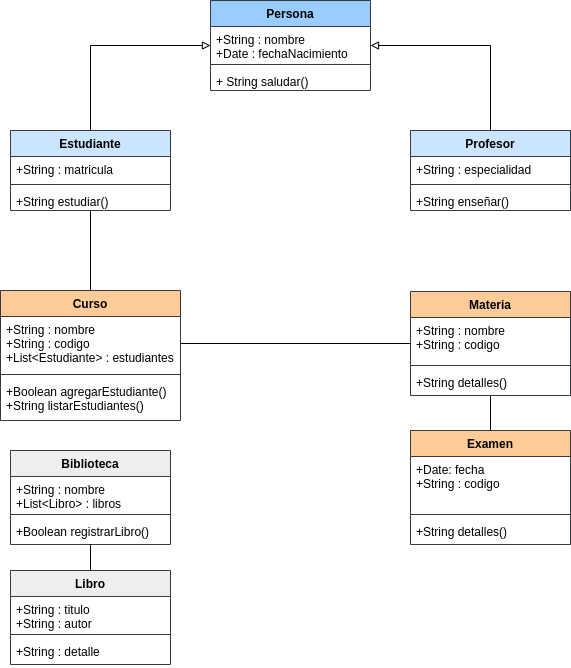
Before: img/diagrama-clases-academica.drawio.png, a diagram exported from draw.io (alexfdb/gestion-academica). Source tidied: cells renumbered, new cells last; positions are measured from the earlier drawing's top-left corner, leaving out a move shared by most shapes.
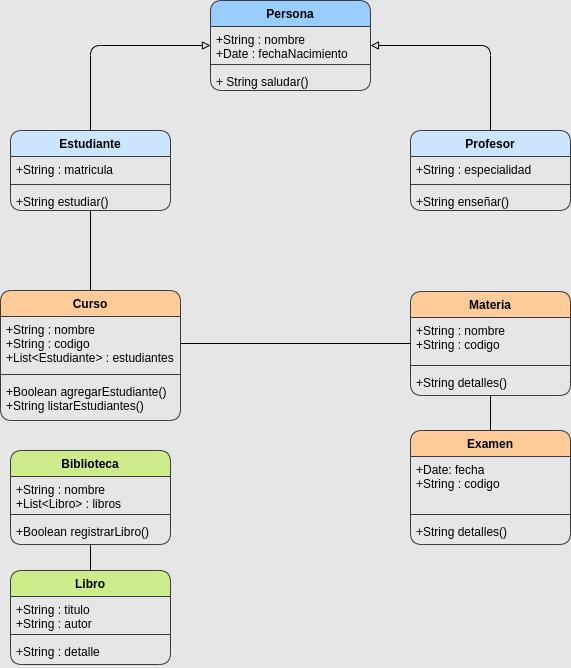
The same diagram one commit later.

Commit message:
Actualizo la imagen de diagrama de clases

What changed in the source:
```diff
@@ -1,51 +1,51 @@
-<mxGraphModel>
+<mxGraphModel background="#E6E6E6">
   <root>
     <mxCell id="0" />
     <mxCell id="1" parent="0" />
-    <mxCell id="2" value="Persona" style="swimlane;fontStyle=1;align=center;verticalAlign=top;horizontal=1;startSize=26;rounded=0;fillColor=#99CCFF;strokeColor=#36393d;" parent="1" vertex="1">
+    <mxCell id="2" value="Persona" style="swimlane;fontStyle=1;align=center;verticalAlign=top;horizontal=1;startSize=26;rounded=1;fillColor=#99CCFF;strokeColor=#36393d;" parent="1" vertex="1">
       <mxGeometry x="210" width="160" height="90" as="geometry" />
     </mxCell>
-    <mxCell id="3" value="+String : nombre&#10;+Date : fechaNacimiento" style="text;strokeColor=none;fillColor=none;align=left;verticalAlign=top;spacingLeft=4;spacingRight=4;overflow=hidden;rounded=0;" parent="2" vertex="1">
+    <mxCell id="3" value="+String : nombre&#10;+Date : fechaNacimiento" style="text;strokeColor=none;fillColor=none;align=left;verticalAlign=top;spacingLeft=4;spacingRight=4;overflow=hidden;rounded=1;" parent="2" vertex="1">
       <mxGeometry y="26" width="160" height="34" as="geometry" />
     </mxCell>
-    <mxCell id="4" style="line;strokeWidth=1;fillColor=none;align=left;verticalAlign=middle;spacingTop=-1;spacingLeft=3;spacingRight=3;labelPosition=right;strokeColor=inherit;rounded=0;" parent="2" vertex="1">
+    <mxCell id="4" style="line;strokeWidth=1;fillColor=none;align=left;verticalAlign=middle;spacingTop=-1;spacingLeft=3;spacingRight=3;labelPosition=right;strokeColor=inherit;rounded=1;" parent="2" vertex="1">
       <mxGeometry y="60" width="160" height="8" as="geometry" />
     </mxCell>
-    <mxCell id="5" value="+ String saludar()" style="text;strokeColor=none;fillColor=none;align=left;verticalAlign=top;spacingLeft=4;spacingRight=4;overflow=hidden;rounded=0;" parent="2" vertex="1">
+    <mxCell id="5" value="+ String saludar()" style="text;strokeColor=none;fillColor=none;align=left;verticalAlign=top;spacingLeft=4;spacingRight=4;overflow=hidden;rounded=1;" parent="2" vertex="1">
       <mxGeometry y="68" width="160" height="22" as="geometry" />
     </mxCell>
-    <mxCell id="6" style="edgeStyle=orthogonalEdgeStyle;html=1;exitX=0.5;exitY=0;exitDx=0;exitDy=0;endArrow=block;endFill=0;rounded=0;" parent="1" edge="1" source="7" target="2">
+    <mxCell id="6" style="edgeStyle=orthogonalEdgeStyle;html=1;exitX=0.5;exitY=0;exitDx=0;exitDy=0;endArrow=block;endFill=0;rounded=1;" parent="1" edge="1" source="7" target="2">
       <mxGeometry relative="1" as="geometry">
         <Array as="points">
           <mxPoint x="90" y="45" />
         </Array>
       </mxGeometry>
     </mxCell>
-    <mxCell id="7" value="Estudiante" style="swimlane;fontStyle=1;align=center;verticalAlign=top;horizontal=1;startSize=26;rounded=0;fillColor=#cce5ff;strokeColor=#36393d;" parent="1" vertex="1">
+    <mxCell id="7" value="Estudiante" style="swimlane;fontStyle=1;align=center;verticalAlign=top;horizontal=1;startSize=26;rounded=1;fillColor=#cce5ff;strokeColor=#36393d;" parent="1" vertex="1">
       <mxGeometry x="10" y="130" width="160" height="80" as="geometry" />
     </mxCell>
-    <mxCell id="8" value="+String : matricula" style="text;strokeColor=none;fillColor=none;align=left;verticalAlign=top;spacingLeft=4;spacingRight=4;overflow=hidden;rounded=0;" parent="7" vertex="1">
+    <mxCell id="8" value="+String : matricula" style="text;strokeColor=none;fillColor=none;align=left;verticalAlign=top;spacingLeft=4;spacingRight=4;overflow=hidden;rounded=1;" parent="7" vertex="1">
       <mxGeometry y="26" width="160" height="24" as="geometry" />
     </mxCell>
-    <mxCell id="9" style="line;strokeWidth=1;fillColor=none;align=left;verticalAlign=middle;spacingTop=-1;spacingLeft=3;spacingRight=3;labelPosition=right;strokeColor=inherit;rounded=0;" parent="7" vertex="1">
+    <mxCell id="9" style="line;strokeWidth=1;fillColor=none;align=left;verticalAlign=middle;spacingTop=-1;spacingLeft=3;spacingRight=3;labelPosition=right;strokeColor=inherit;rounded=1;" parent="7" vertex="1">
       <mxGeometry y="50" width="160" height="8" as="geometry" />
     </mxCell>
-    <mxCell id="10" value="+String estudiar()" style="text;strokeColor=none;fillColor=none;align=left;verticalAlign=top;spacingLeft=4;spacingRight=4;overflow=hidden;rounded=0;" parent="7" vertex="1">
+    <mxCell id="10" value="+String estudiar()" style="text;strokeColor=none;fillColor=none;align=left;verticalAlign=top;spacingLeft=4;spacingRight=4;overflow=hidden;rounded=1;" parent="7" vertex="1">
       <mxGeometry y="58" width="160" height="22" as="geometry" />
     </mxCell>
-    <mxCell id="11" value="Profesor&#10;" style="swimlane;fontStyle=1;align=center;verticalAlign=top;horizontal=1;startSize=26;rounded=0;fillColor=#cce5ff;strokeColor=#36393d;" parent="1" vertex="1">
+    <mxCell id="11" value="Profesor&#10;" style="swimlane;fontStyle=1;align=center;verticalAlign=top;horizontal=1;startSize=26;rounded=1;fillColor=#cce5ff;strokeColor=#36393d;" parent="1" vertex="1">
       <mxGeometry x="410" y="130" width="160" height="80" as="geometry" />
     </mxCell>
-    <mxCell id="12" value="+String : especialidad" style="text;strokeColor=none;fillColor=none;align=left;verticalAlign=top;spacingLeft=4;spacingRight=4;overflow=hidden;rounded=0;" parent="11" vertex="1">
+    <mxCell id="12" value="+String : especialidad" style="text;strokeColor=none;fillColor=none;align=left;verticalAlign=top;spacingLeft=4;spacingRight=4;overflow=hidden;rounded=1;" parent="11" vertex="1">
       <mxGeometry y="26" width="160" height="24" as="geometry" />
     </mxCell>
-    <mxCell id="13" style="line;strokeWidth=1;fillColor=none;align=left;verticalAlign=middle;spacingTop=-1;spacingLeft=3;spacingRight=3;labelPosition=right;strokeColor=inherit;rounded=0;" parent="11" vertex="1">
+    <mxCell id="13" style="line;strokeWidth=1;fillColor=none;align=left;verticalAlign=middle;spacingTop=-1;spacingLeft=3;spacingRight=3;labelPosition=right;strokeColor=inherit;rounded=1;" parent="11" vertex="1">
       <mxGeometry y="50" width="160" height="8" as="geometry" />
     </mxCell>
-    <mxCell id="14" value="+String enseñar()" style="text;strokeColor=none;fillColor=none;align=left;verticalAlign=top;spacingLeft=4;spacingRight=4;overflow=hidden;rounded=0;" parent="11" vertex="1">
+    <mxCell id="14" value="+String enseñar()" style="text;strokeColor=none;fillColor=none;align=left;verticalAlign=top;spacingLeft=4;spacingRight=4;overflow=hidden;rounded=1;" parent="11" vertex="1">
       <mxGeometry y="58" width="160" height="22" as="geometry" />
     </mxCell>
-    <mxCell id="15" style="edgeStyle=orthogonalEdgeStyle;html=1;exitX=0.5;exitY=0;exitDx=0;exitDy=0;endArrow=block;endFill=0;rounded=0;" parent="1" edge="1" source="11" target="2">
+    <mxCell id="15" style="edgeStyle=orthogonalEdgeStyle;html=1;exitX=0.5;exitY=0;exitDx=0;exitDy=0;endArrow=block;endFill=0;rounded=1;" parent="1" edge="1" source="11" target="2">
       <mxGeometry relative="1" as="geometry">
         <Array as="points">
           <mxPoint x="490" y="45" />
@@ -55,73 +55,73 @@
     <mxCell id="16" style="edgeStyle=none;html=1;exitX=0.5;exitY=0;exitDx=0;exitDy=0;endArrow=none;endFill=0;" parent="1" edge="1" source="17" target="7">
       <mxGeometry relative="1" as="geometry" />
     </mxCell>
-    <mxCell id="17" value="Curso" style="swimlane;fontStyle=1;align=center;verticalAlign=top;horizontal=1;startSize=26;fillColor=#ffcc99;strokeColor=#36393d;" parent="1" vertex="1">
+    <mxCell id="17" value="Curso" style="swimlane;fontStyle=1;align=center;verticalAlign=top;horizontal=1;startSize=26;fillColor=#ffcc99;strokeColor=#36393d;rounded=1;" parent="1" vertex="1">
       <mxGeometry y="290" width="180" height="130" as="geometry" />
     </mxCell>
-    <mxCell id="18" value="+String : nombre&#10;+String : codigo&#10;+List&lt;Estudiante&gt; : estudiantes" style="text;strokeColor=none;fillColor=none;align=left;verticalAlign=top;spacingLeft=4;spacingRight=4;overflow=hidden;points=[[0,0.5],[1,0.5]];portConstraint=eastwest;" parent="17" vertex="1">
+    <mxCell id="18" value="+String : nombre&#10;+String : codigo&#10;+List&lt;Estudiante&gt; : estudiantes" style="text;strokeColor=none;fillColor=none;align=left;verticalAlign=top;spacingLeft=4;spacingRight=4;overflow=hidden;points=[[0,0.5],[1,0.5]];portConstraint=eastwest;rounded=1;" parent="17" vertex="1">
       <mxGeometry y="26" width="180" height="54" as="geometry" />
     </mxCell>
-    <mxCell id="19" style="line;strokeWidth=1;fillColor=none;align=left;verticalAlign=middle;spacingTop=-1;spacingLeft=3;spacingRight=3;labelPosition=right;strokeColor=inherit;" parent="17" vertex="1">
+    <mxCell id="19" style="line;strokeWidth=1;fillColor=none;align=left;verticalAlign=middle;spacingTop=-1;spacingLeft=3;spacingRight=3;labelPosition=right;strokeColor=inherit;rounded=1;" parent="17" vertex="1">
       <mxGeometry y="80" width="180" height="8" as="geometry" />
     </mxCell>
-    <mxCell id="20" value="+Boolean agregarEstudiante()&#10;+String listarEstudiantes()" style="text;strokeColor=none;fillColor=none;align=left;verticalAlign=top;spacingLeft=4;spacingRight=4;overflow=hidden;" parent="17" vertex="1">
+    <mxCell id="20" value="+Boolean agregarEstudiante()&#10;+String listarEstudiantes()" style="text;strokeColor=none;fillColor=none;align=left;verticalAlign=top;spacingLeft=4;spacingRight=4;overflow=hidden;rounded=1;" parent="17" vertex="1">
       <mxGeometry y="88" width="180" height="42" as="geometry" />
     </mxCell>
     <mxCell id="21" style="edgeStyle=none;html=1;exitX=0.5;exitY=0;exitDx=0;exitDy=0;endArrow=none;endFill=0;" parent="1" edge="1" source="22" target="26">
       <mxGeometry relative="1" as="geometry" />
     </mxCell>
-    <mxCell id="22" value="Examen" style="swimlane;fontStyle=1;align=center;verticalAlign=top;horizontal=1;startSize=26;fillColor=#ffcc99;strokeColor=#36393d;" parent="1" vertex="1">
+    <mxCell id="22" value="Examen" style="swimlane;fontStyle=1;align=center;verticalAlign=top;horizontal=1;startSize=26;fillColor=#ffcc99;strokeColor=#36393d;rounded=1;" parent="1" vertex="1">
       <mxGeometry x="410" y="430" width="160" height="114" as="geometry" />
     </mxCell>
-    <mxCell id="23" value="+Date: fecha&#10;+String : codigo" style="text;strokeColor=none;fillColor=none;align=left;verticalAlign=top;spacingLeft=4;spacingRight=4;overflow=hidden;" parent="22" vertex="1">
+    <mxCell id="23" value="+Date: fecha&#10;+String : codigo" style="text;strokeColor=none;fillColor=none;align=left;verticalAlign=top;spacingLeft=4;spacingRight=4;overflow=hidden;rounded=1;" parent="22" vertex="1">
       <mxGeometry y="26" width="160" height="54" as="geometry" />
     </mxCell>
-    <mxCell id="24" style="line;strokeWidth=1;fillColor=none;align=left;verticalAlign=middle;spacingTop=-1;spacingLeft=3;spacingRight=3;labelPosition=right;strokeColor=inherit;" parent="22" vertex="1">
+    <mxCell id="24" style="line;strokeWidth=1;fillColor=none;align=left;verticalAlign=middle;spacingTop=-1;spacingLeft=3;spacingRight=3;labelPosition=right;strokeColor=inherit;rounded=1;" parent="22" vertex="1">
       <mxGeometry y="80" width="160" height="8" as="geometry" />
     </mxCell>
-    <mxCell id="25" value="+String detalles()" style="text;strokeColor=none;fillColor=none;align=left;verticalAlign=top;spacingLeft=4;spacingRight=4;overflow=hidden;" parent="22" vertex="1">
+    <mxCell id="25" value="+String detalles()" style="text;strokeColor=none;fillColor=none;align=left;verticalAlign=top;spacingLeft=4;spacingRight=4;overflow=hidden;rounded=1;" parent="22" vertex="1">
       <mxGeometry y="88" width="160" height="26" as="geometry" />
     </mxCell>
-    <mxCell id="26" value="Materia" style="swimlane;fontStyle=1;align=center;verticalAlign=top;horizontal=1;startSize=26;fillColor=#ffcc99;strokeColor=#36393d;" parent="1" vertex="1">
+    <mxCell id="26" value="Materia" style="swimlane;fontStyle=1;align=center;verticalAlign=top;horizontal=1;startSize=26;fillColor=#ffcc99;strokeColor=#36393d;rounded=1;" parent="1" vertex="1">
       <mxGeometry x="410" y="291" width="160" height="104" as="geometry" />
     </mxCell>
-    <mxCell id="27" value="+String : nombre&#10;+String : codigo" style="text;strokeColor=none;fillColor=none;align=left;verticalAlign=top;spacingLeft=4;spacingRight=4;overflow=hidden;" parent="26" vertex="1">
+    <mxCell id="27" value="+String : nombre&#10;+String : codigo" style="text;strokeColor=none;fillColor=none;align=left;verticalAlign=top;spacingLeft=4;spacingRight=4;overflow=hidden;rounded=1;" parent="26" vertex="1">
       <mxGeometry y="26" width="160" height="44" as="geometry" />
     </mxCell>
-    <mxCell id="28" style="line;strokeWidth=1;fillColor=none;align=left;verticalAlign=middle;spacingTop=-1;spacingLeft=3;spacingRight=3;labelPosition=right;strokeColor=inherit;" parent="26" vertex="1">
+    <mxCell id="28" style="line;strokeWidth=1;fillColor=none;align=left;verticalAlign=middle;spacingTop=-1;spacingLeft=3;spacingRight=3;labelPosition=right;strokeColor=inherit;rounded=1;" parent="26" vertex="1">
       <mxGeometry y="70" width="160" height="8" as="geometry" />
     </mxCell>
-    <mxCell id="29" value="+String detalles()" style="text;strokeColor=none;fillColor=none;align=left;verticalAlign=top;spacingLeft=4;spacingRight=4;overflow=hidden;" parent="26" vertex="1">
+    <mxCell id="29" value="+String detalles()" style="text;strokeColor=none;fillColor=none;align=left;verticalAlign=top;spacingLeft=4;spacingRight=4;overflow=hidden;rounded=1;" parent="26" vertex="1">
       <mxGeometry y="78" width="160" height="26" as="geometry" />
     </mxCell>
     <mxCell id="30" style="edgeStyle=none;html=1;exitX=1;exitY=0.5;exitDx=0;exitDy=0;endArrow=none;endFill=0;" parent="1" edge="1" source="18" target="26">
       <mxGeometry relative="1" as="geometry" />
     </mxCell>
-    <mxCell id="31" value="Biblioteca" style="swimlane;fontStyle=1;align=center;verticalAlign=top;horizontal=1;startSize=26;fillColor=#eeeeee;strokeColor=#36393d;" parent="1" vertex="1">
+    <mxCell id="31" value="Biblioteca" style="swimlane;fontStyle=1;align=center;verticalAlign=top;horizontal=1;startSize=26;fillColor=#cdeb8b;strokeColor=#36393d;rounded=1;" parent="1" vertex="1">
       <mxGeometry x="10" y="450" width="160" height="94" as="geometry" />
     </mxCell>
-    <mxCell id="32" value="+String : nombre&#10;+List&lt;Libro&gt; : libros" style="text;strokeColor=none;fillColor=none;align=left;verticalAlign=top;spacingLeft=4;spacingRight=4;overflow=hidden;" parent="31" vertex="1">
+    <mxCell id="32" value="+String : nombre&#10;+List&lt;Libro&gt; : libros" style="text;strokeColor=none;fillColor=none;align=left;verticalAlign=top;spacingLeft=4;spacingRight=4;overflow=hidden;rounded=1;" parent="31" vertex="1">
       <mxGeometry y="26" width="160" height="34" as="geometry" />
     </mxCell>
-    <mxCell id="33" style="line;strokeWidth=1;fillColor=none;align=left;verticalAlign=middle;spacingTop=-1;spacingLeft=3;spacingRight=3;labelPosition=right;strokeColor=inherit;" parent="31" vertex="1">
+    <mxCell id="33" style="line;strokeWidth=1;fillColor=none;align=left;verticalAlign=middle;spacingTop=-1;spacingLeft=3;spacingRight=3;labelPosition=right;strokeColor=inherit;rounded=1;" parent="31" vertex="1">
       <mxGeometry y="60" width="160" height="8" as="geometry" />
     </mxCell>
-    <mxCell id="34" value="+Boolean registrarLibro()" style="text;strokeColor=none;fillColor=none;align=left;verticalAlign=top;spacingLeft=4;spacingRight=4;overflow=hidden;" parent="31" vertex="1">
+    <mxCell id="34" value="+Boolean registrarLibro()" style="text;strokeColor=none;fillColor=none;align=left;verticalAlign=top;spacingLeft=4;spacingRight=4;overflow=hidden;rounded=1;" parent="31" vertex="1">
       <mxGeometry y="68" width="160" height="26" as="geometry" />
     </mxCell>
     <mxCell id="35" style="edgeStyle=none;html=1;exitX=0.5;exitY=0;exitDx=0;exitDy=0;endArrow=none;endFill=0;" parent="1" edge="1" source="36" target="31">
       <mxGeometry relative="1" as="geometry" />
     </mxCell>
-    <mxCell id="36" value="Libro" style="swimlane;fontStyle=1;align=center;verticalAlign=top;horizontal=1;startSize=26;fillColor=#eeeeee;strokeColor=#36393d;" parent="1" vertex="1">
+    <mxCell id="36" value="Libro" style="swimlane;fontStyle=1;align=center;verticalAlign=top;horizontal=1;startSize=26;fillColor=#cdeb8b;strokeColor=#36393d;rounded=1;" parent="1" vertex="1">
       <mxGeometry x="10" y="570" width="160" height="94" as="geometry" />
     </mxCell>
-    <mxCell id="37" value="+String : titulo&#10;+String : autor" style="text;strokeColor=none;fillColor=none;align=left;verticalAlign=top;spacingLeft=4;spacingRight=4;overflow=hidden;" parent="36" vertex="1">
+    <mxCell id="37" value="+String : titulo&#10;+String : autor" style="text;strokeColor=none;fillColor=none;align=left;verticalAlign=top;spacingLeft=4;spacingRight=4;overflow=hidden;rounded=1;" parent="36" vertex="1">
       <mxGeometry y="26" width="160" height="34" as="geometry" />
     </mxCell>
-    <mxCell id="38" style="line;strokeWidth=1;fillColor=none;align=left;verticalAlign=middle;spacingTop=-1;spacingLeft=3;spacingRight=3;labelPosition=right;strokeColor=inherit;" parent="36" vertex="1">
+    <mxCell id="38" style="line;strokeWidth=1;fillColor=none;align=left;verticalAlign=middle;spacingTop=-1;spacingLeft=3;spacingRight=3;labelPosition=right;strokeColor=inherit;rounded=1;" parent="36" vertex="1">
       <mxGeometry y="60" width="160" height="8" as="geometry" />
     </mxCell>
-    <mxCell id="39" value="+String : detalle" style="text;strokeColor=none;fillColor=none;align=left;verticalAlign=top;spacingLeft=4;spacingRight=4;overflow=hidden;" parent="36" vertex="1">
+    <mxCell id="39" value="+String : detalle" style="text;strokeColor=none;fillColor=none;align=left;verticalAlign=top;spacingLeft=4;spacingRight=4;overflow=hidden;rounded=1;" parent="36" vertex="1">
       <mxGeometry y="68" width="160" height="26" as="geometry" />
     </mxCell>
   </root>
```
